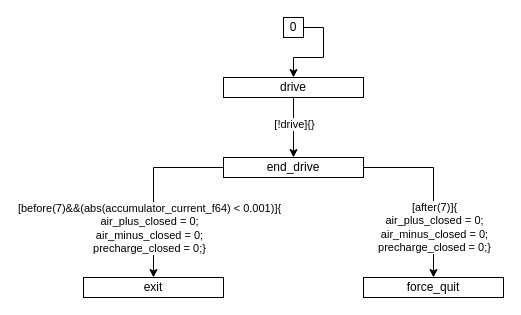
Above: page "drive" (4 of 5) of xver/xsm/XML/graph.drawio in osceri/AMS-CC (draw.io), before the change. Source tidied: cells renumbered, new cells numbered last; positions are measured from the earlier drawing's top-left corner, leaving out a move shared by most shapes. Both pictures are drawn from the tidied source at 100%, with x=0, y=0 at pixel (83, 17).
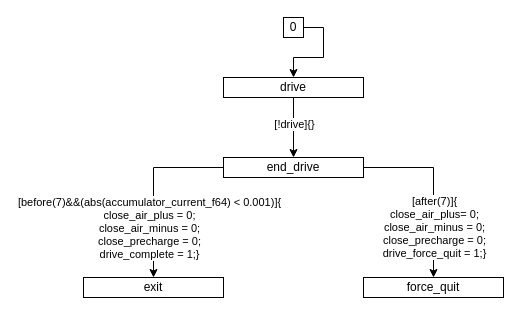
The same diagram, later.

What changed in the source:
```diff
@@
 <mxGraphModel>
   <root>
     <mxCell id="0" />
     <mxCell id="1" parent="0" />
     <mxCell id="2" style="edgeStyle=orthogonalEdgeStyle;rounded=0;jettySize=auto;html=1;exitX=1;exitY=0.5;exitDx=0;exitDy=0;entryX=0.5;entryY=0;entryDx=0;entryDy=0;" parent="1" edge="1" source="3" target="6">
       <mxGeometry relative="1" as="geometry" />
     </mxCell>
     <mxCell id="3" value="0" style="rounded=0;whiteSpace=wrap;html=1;" parent="1" vertex="1">
       <mxGeometry x="200" width="20" height="20" as="geometry" />
     </mxCell>
     <mxCell id="4" style="edgeStyle=orthogonalEdgeStyle;rounded=0;jettySize=auto;html=1;exitX=0.5;exitY=1;exitDx=0;exitDy=0;entryX=0.5;entryY=0;entryDx=0;entryDy=0;" parent="1" edge="1" source="6" target="11">
       <mxGeometry relative="1" as="geometry" />
     </mxCell>
     <mxCell id="5" value="[!drive]{}" style="edgeLabel;html=1;align=center;verticalAlign=middle;" parent="4" vertex="1">
       <mxGeometry x="-0.13" relative="1" as="geometry" />
     </mxCell>
     <mxCell id="6" value="&lt;div&gt;drive&lt;/div&gt;" style="rounded=0;whiteSpace=wrap;html=1;" parent="1" vertex="1">
       <mxGeometry x="140" y="60" width="140" height="20" as="geometry" />
     </mxCell>
     <mxCell id="7" style="edgeStyle=orthogonalEdgeStyle;rounded=0;jettySize=auto;html=1;exitX=0;exitY=0.5;exitDx=0;exitDy=0;entryX=0.5;entryY=0;entryDx=0;entryDy=0;" parent="1" edge="1" source="11" target="12">
       <mxGeometry relative="1" as="geometry" />
     </mxCell>
-    <mxCell id="8" value="&lt;div&gt;[before(7)&amp;amp;&amp;amp;(abs(accumulator_current_f64) &amp;lt; 0.001)]{&lt;/div&gt;&lt;div&gt;air_plus_closed = 0;&lt;/div&gt;&lt;div&gt;air_minus_closed = 0;&lt;/div&gt;&lt;div&gt;precharge_closed = 0;}&lt;/div&gt;" style="edgeLabel;html=1;align=center;verticalAlign=middle;" parent="7" vertex="1">
+    <mxCell id="8" value="&lt;div&gt;[before(7)&amp;amp;&amp;amp;(abs(accumulator_current_f64) &amp;lt; 0.001)]{&lt;/div&gt;&lt;div&gt;close_air_plus = 0;&lt;/div&gt;&lt;div&gt;close_air_minus = 0;&lt;/div&gt;&lt;div&gt;close_precharge = 0;&lt;/div&gt;&lt;div&gt;drive_complete = 1;}&lt;/div&gt;" style="edgeLabel;html=1;align=center;verticalAlign=middle;" parent="7" vertex="1">
       <mxGeometry x="0.41" y="1" relative="1" as="geometry">
         <mxPoint x="-6" y="3" as="offset" />
       </mxGeometry>
     </mxCell>
     <mxCell id="9" style="edgeStyle=orthogonalEdgeStyle;rounded=0;jettySize=auto;html=1;exitX=1;exitY=0.5;exitDx=0;exitDy=0;entryX=0.5;entryY=0;entryDx=0;entryDy=0;" parent="1" edge="1" source="11" target="13">
       <mxGeometry relative="1" as="geometry" />
     </mxCell>
-    <mxCell id="10" value="&lt;div&gt;[after(7)]{&lt;/div&gt;&lt;div&gt;air_plus_closed = 0;&lt;/div&gt;&lt;div&gt;air_minus_closed = 0;&lt;/div&gt;&lt;div&gt;precharge_closed = 0;}&lt;/div&gt;" style="edgeLabel;html=1;align=center;verticalAlign=middle;" parent="9" vertex="1">
+    <mxCell id="10" value="&lt;div&gt;[after(7)]{&lt;/div&gt;&lt;div&gt;close_air_plus= 0;&lt;/div&gt;&lt;div&gt;close_air_minus = 0;&lt;/div&gt;&lt;div&gt;close_precharge = 0;&lt;/div&gt;&lt;div&gt;drive_force_quit = 1;}&lt;/div&gt;" style="edgeLabel;html=1;align=center;verticalAlign=middle;" parent="9" vertex="1">
       <mxGeometry x="0.46" relative="1" as="geometry">
         <mxPoint y="-2" as="offset" />
       </mxGeometry>
     </mxCell>
     <mxCell id="11" value="end_drive" style="rounded=0;whiteSpace=wrap;html=1;" parent="1" vertex="1">
       <mxGeometry x="140" y="140" width="140" height="20" as="geometry" />
     </mxCell>
     <mxCell id="12" value="exit" style="rounded=0;whiteSpace=wrap;html=1;" parent="1" vertex="1">
       <mxGeometry y="260" width="140" height="20" as="geometry" />
     </mxCell>
     <mxCell id="13" value="force_quit" style="rounded=0;whiteSpace=wrap;html=1;" parent="1" vertex="1">
       <mxGeometry x="280" y="260" width="140" height="20" as="geometry" />
     </mxCell>
   </root>
 </mxGraphModel>
```
